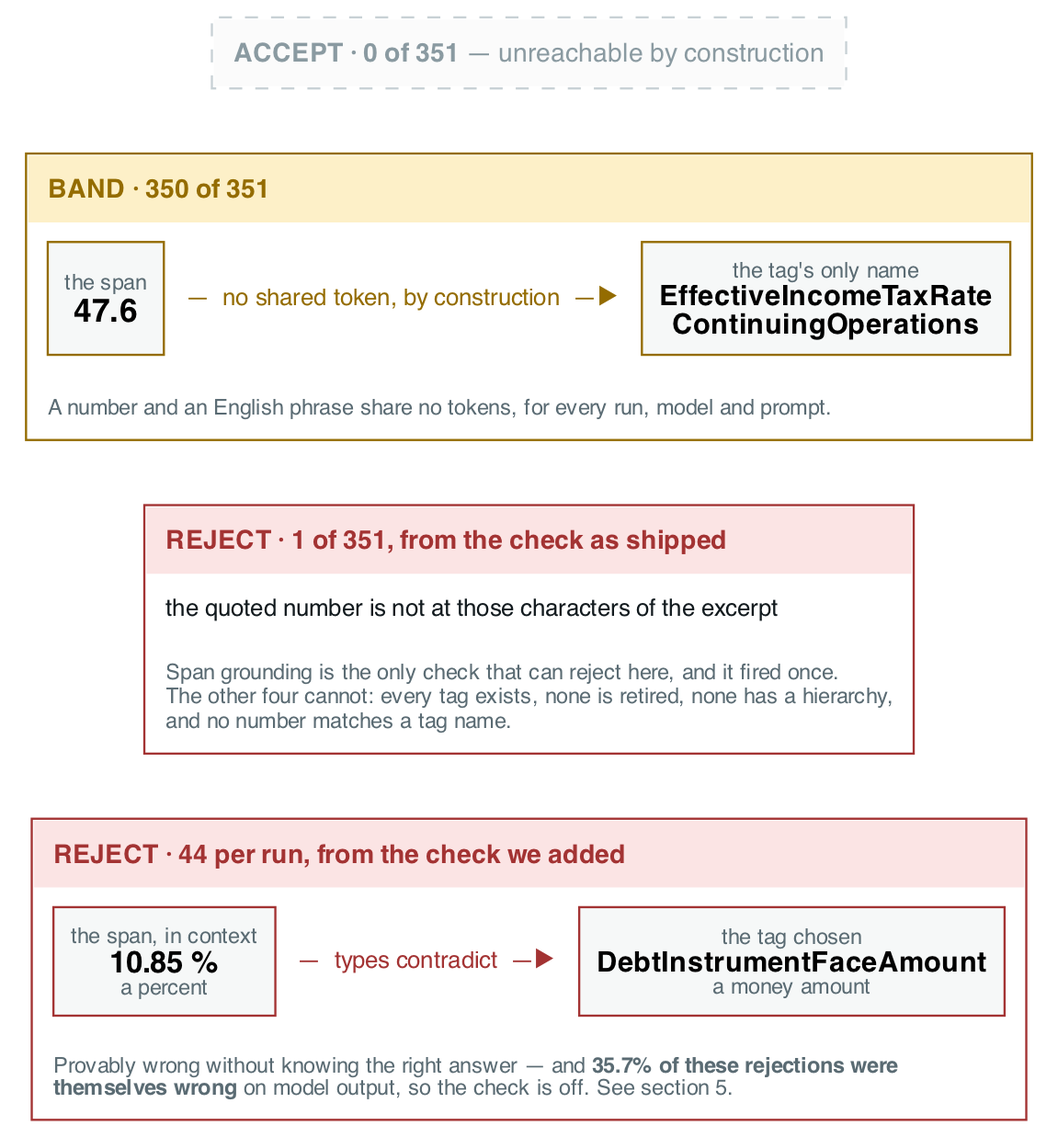
The Graphviz diagram docs/figures/fig4b-accept-finer.png in wbagais/reliability-ladder, before a commit. Its source is kept beside it as docs/figures/fig4b-accept-finer.dot.
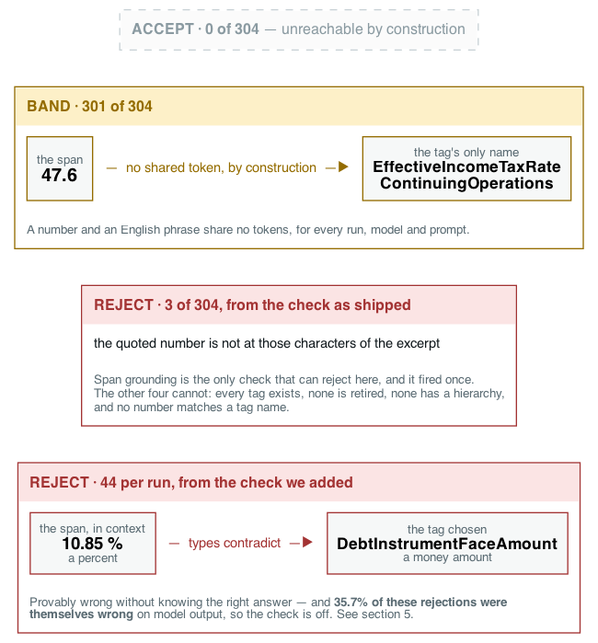
Above is the later version.

The edit, as a diff of the source:
```diff
@@ -3,11 +3,11 @@
   node [shape=none fontname="Helvetica" fontsize=12];
 
   acc [label=<<TABLE BORDER="1" CELLBORDER="0" CELLSPACING="0" CELLPADDING="9" COLOR="#c8d1d5" STYLE="dashed">
-    <TR><TD ALIGN="LEFT" BGCOLOR="#fbfbfb"><FONT POINT-SIZE="12" COLOR="#8a9aa1"><B>ACCEPT &#183; 0 of 351</B> &#8212; unreachable by construction</FONT></TD></TR>
+    <TR><TD ALIGN="LEFT" BGCOLOR="#fbfbfb"><FONT POINT-SIZE="12" COLOR="#8a9aa1"><B>ACCEPT &#183; 0 of 304</B> &#8212; unreachable by construction</FONT></TD></TR>
     </TABLE>>];
 
   band [label=<<TABLE BORDER="1" CELLBORDER="0" CELLSPACING="0" CELLPADDING="9" COLOR="#946c00">
-    <TR><TD ALIGN="LEFT" BGCOLOR="#fdf0c8"><FONT POINT-SIZE="12" COLOR="#946c00"><B>BAND · 350 of 351</B></FONT></TD></TR>
+    <TR><TD ALIGN="LEFT" BGCOLOR="#fdf0c8"><FONT POINT-SIZE="12" COLOR="#946c00"><B>BAND · 301 of 304</B></FONT></TD></TR>
     <TR><TD ALIGN="LEFT" BGCOLOR="#ffffff"><TABLE BORDER="0" CELLBORDER="1" CELLSPACING="0" CELLPADDING="7">
       <TR>
         <TD BGCOLOR="#f6f8f8"><FONT POINT-SIZE="10.5" COLOR="#5a6b73">the span</FONT><BR/><FONT POINT-SIZE="15"><B>47.6</B></FONT></TD>
@@ -18,7 +18,7 @@
     </TABLE>>];
 
   rej [label=<<TABLE BORDER="1" CELLBORDER="0" CELLSPACING="0" CELLPADDING="9" COLOR="#a33333">
-    <TR><TD ALIGN="LEFT" BGCOLOR="#fbe4e4"><FONT POINT-SIZE="12" COLOR="#a33333"><B>REJECT · 1 of 351, from the check as shipped</B></FONT></TD></TR>
+    <TR><TD ALIGN="LEFT" BGCOLOR="#fbe4e4"><FONT POINT-SIZE="12" COLOR="#a33333"><B>REJECT · 3 of 304, from the check as shipped</B></FONT></TD></TR>
     <TR><TD ALIGN="LEFT" BGCOLOR="#ffffff"><FONT POINT-SIZE="11.5" COLOR="#121a1e">the quoted number is not at those characters of the excerpt</FONT></TD></TR>
     <TR><TD ALIGN="LEFT" BGCOLOR="#ffffff"><FONT POINT-SIZE="10.5" COLOR="#5a6b73">Span grounding is the only check that can reject here, and it fired once.<BR ALIGN="LEFT"/>The other four cannot: every tag exists, none is retired, none has a hierarchy,<BR ALIGN="LEFT"/>and no number matches a tag name.</FONT><BR ALIGN="LEFT"/></TD></TR>
     </TABLE>>];
```
